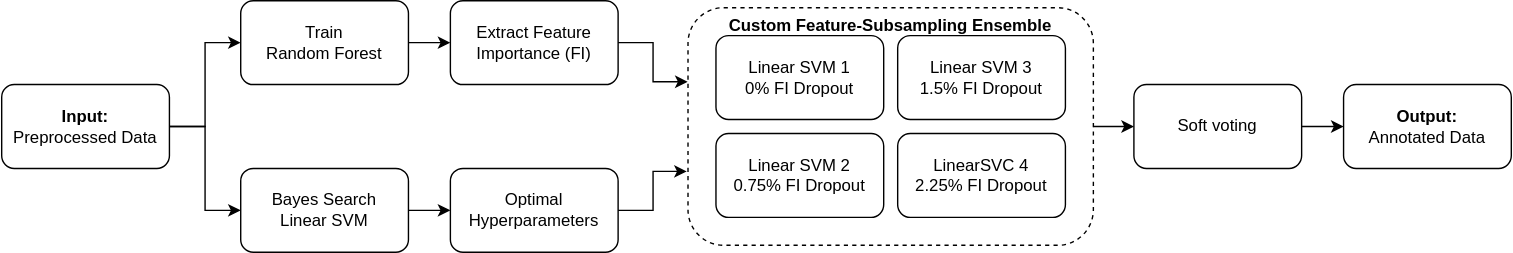
Earlier version of the draw.io export CLACELL_pipeline.drawio.svg (Boolean-true/CLACELL). Source tidied: cells renumbered, new cells last; positions are measured from the earlier drawing's top-left corner, leaving out a move shared by most shapes. Source of this version:
```xml
<mxGraphModel>
  <root>
    <mxCell id="0" />
    <mxCell id="1" parent="0" />
    <mxCell id="2" style="edgeStyle=orthogonalEdgeStyle;rounded=0;jettySize=auto;html=1;entryX=0;entryY=0.5;entryDx=0;entryDy=0;" parent="1" edge="1" source="4" target="6">
      <mxGeometry relative="1" as="geometry" />
    </mxCell>
    <mxCell id="3" style="edgeStyle=orthogonalEdgeStyle;rounded=0;jettySize=auto;html=1;entryX=0;entryY=0.5;entryDx=0;entryDy=0;" parent="1" edge="1" source="4" target="9">
      <mxGeometry relative="1" as="geometry" />
    </mxCell>
    <mxCell id="4" value="&lt;div&gt;&lt;b&gt;Input:&lt;/b&gt;&lt;/div&gt;&lt;div&gt;Preprocessed Data&lt;/div&gt;" style="rounded=1;whiteSpace=wrap;html=1;" parent="1" vertex="1">
      <mxGeometry y="60" width="120" height="60" as="geometry" />
    </mxCell>
    <mxCell id="5" style="edgeStyle=orthogonalEdgeStyle;rounded=0;jettySize=auto;html=1;entryX=0;entryY=0.5;entryDx=0;entryDy=0;" parent="1" edge="1" source="6" target="7">
      <mxGeometry relative="1" as="geometry" />
    </mxCell>
    <mxCell id="6" value="&lt;div&gt;Train&lt;/div&gt;&lt;div&gt;Random Forest&lt;/div&gt;" style="rounded=1;whiteSpace=wrap;html=1;" parent="1" vertex="1">
      <mxGeometry x="171" width="120" height="60" as="geometry" />
    </mxCell>
    <mxCell id="7" value="&lt;div&gt;Extract Feature Importance (FI)&lt;/div&gt;" style="rounded=1;whiteSpace=wrap;html=1;" parent="1" vertex="1">
      <mxGeometry x="321" width="120" height="60" as="geometry" />
    </mxCell>
    <mxCell id="8" style="edgeStyle=orthogonalEdgeStyle;rounded=0;jettySize=auto;html=1;entryX=0;entryY=0.5;entryDx=0;entryDy=0;" parent="1" edge="1" source="9" target="10">
      <mxGeometry relative="1" as="geometry" />
    </mxCell>
    <mxCell id="9" value="&lt;div&gt;Bayes Search&lt;/div&gt;&lt;div&gt;Linear SVM&lt;/div&gt;" style="rounded=1;whiteSpace=wrap;html=1;" parent="1" vertex="1">
      <mxGeometry x="171" y="120" width="120" height="60" as="geometry" />
    </mxCell>
    <mxCell id="10" value="&lt;div&gt;Optimal&lt;/div&gt;&lt;div&gt;Hyperparameters&lt;/div&gt;" style="rounded=1;whiteSpace=wrap;html=1;" parent="1" vertex="1">
      <mxGeometry x="321" y="120" width="120" height="60" as="geometry" />
    </mxCell>
    <mxCell id="11" style="edgeStyle=orthogonalEdgeStyle;rounded=0;jettySize=auto;html=1;entryX=-0.001;entryY=0.312;entryDx=0;entryDy=0;entryPerimeter=0;" parent="1" edge="1" source="7" target="16">
      <mxGeometry relative="1" as="geometry" />
    </mxCell>
    <mxCell id="12" style="edgeStyle=orthogonalEdgeStyle;rounded=0;jettySize=auto;html=1;entryX=-0.003;entryY=0.689;entryDx=0;entryDy=0;entryPerimeter=0;" parent="1" edge="1" source="10" target="16">
      <mxGeometry relative="1" as="geometry" />
    </mxCell>
    <mxCell id="13" style="edgeStyle=orthogonalEdgeStyle;rounded=0;jettySize=auto;html=1;" parent="1" edge="1" source="14" target="21">
      <mxGeometry relative="1" as="geometry" />
    </mxCell>
    <mxCell id="14" value="&lt;div&gt;Soft voting&lt;/div&gt;" style="rounded=1;whiteSpace=wrap;html=1;" parent="1" vertex="1">
      <mxGeometry x="810" y="60" width="120" height="60" as="geometry" />
    </mxCell>
    <mxCell id="15" style="edgeStyle=orthogonalEdgeStyle;rounded=0;jettySize=auto;html=1;entryX=0;entryY=0.5;entryDx=0;entryDy=0;" parent="1" edge="1" source="16" target="14">
      <mxGeometry relative="1" as="geometry" />
    </mxCell>
    <mxCell id="16" value="&lt;div&gt;&lt;b&gt;Custom Feature-Subsampling Ensemble&lt;/b&gt;&lt;/div&gt;&lt;div&gt;&lt;br&gt;&lt;/div&gt;&lt;div&gt;&lt;br&gt;&lt;/div&gt;&lt;div&gt;&lt;br&gt;&lt;/div&gt;&lt;div&gt;&lt;br&gt;&lt;/div&gt;&lt;div&gt;&lt;br&gt;&lt;/div&gt;&lt;div&gt;&lt;br&gt;&lt;/div&gt;&lt;div&gt;&lt;br&gt;&lt;/div&gt;&lt;div&gt;&lt;br&gt;&lt;/div&gt;&lt;div&gt;&lt;br&gt;&lt;/div&gt;&lt;div&gt;&lt;br&gt;&lt;/div&gt;" style="rounded=1;whiteSpace=wrap;html=1;dashed=1;" parent="1" vertex="1">
      <mxGeometry x="491" y="5" width="290" height="170" as="geometry" />
    </mxCell>
    <mxCell id="17" value="&lt;div&gt;Linear SVM 1&lt;/div&gt;&lt;div&gt;0% FI Dropout&lt;/div&gt;" style="rounded=1;whiteSpace=wrap;html=1;" parent="1" vertex="1">
      <mxGeometry x="511" y="25" width="120" height="60" as="geometry" />
    </mxCell>
    <mxCell id="18" value="&lt;div&gt;Linear SVM 2&lt;/div&gt;&lt;div&gt;0.75% FI Dropout&lt;/div&gt;" style="rounded=1;whiteSpace=wrap;html=1;" parent="1" vertex="1">
      <mxGeometry x="511" y="95" width="120" height="60" as="geometry" />
    </mxCell>
    <mxCell id="19" value="&lt;div&gt;Linear SVM 3&lt;/div&gt;&lt;div&gt;1.5% FI Dropout&lt;/div&gt;" style="rounded=1;whiteSpace=wrap;html=1;" parent="1" vertex="1">
      <mxGeometry x="641" y="25" width="120" height="60" as="geometry" />
    </mxCell>
    <mxCell id="20" value="&lt;div&gt;LinearSVC 4&lt;/div&gt;&lt;div&gt;2.25% FI Dropout&lt;/div&gt;" style="rounded=1;whiteSpace=wrap;html=1;" parent="1" vertex="1">
      <mxGeometry x="641" y="95" width="120" height="60" as="geometry" />
    </mxCell>
    <mxCell id="21" value="&lt;div&gt;&lt;b&gt;Output:&lt;/b&gt;&lt;/div&gt;&lt;div&gt;Annotated Data&lt;/div&gt;" style="rounded=1;whiteSpace=wrap;html=1;" parent="1" vertex="1">
      <mxGeometry x="960" y="60" width="120" height="60" as="geometry" />
    </mxCell>
  </root>
</mxGraphModel>
```
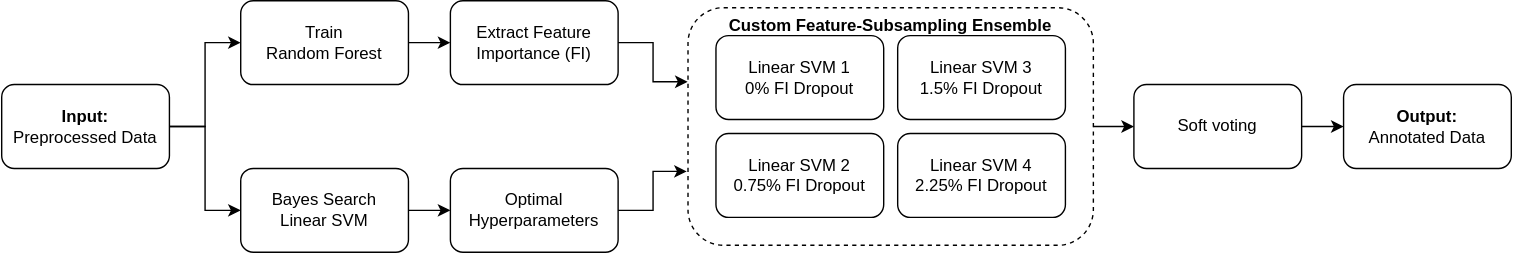
Above is the later version.

What changed in the source:
```diff
@@ -56,7 +56,7 @@
     <mxCell id="19" value="&lt;div&gt;Linear SVM 3&lt;/div&gt;&lt;div&gt;1.5% FI Dropout&lt;/div&gt;" style="rounded=1;whiteSpace=wrap;html=1;" parent="1" vertex="1">
       <mxGeometry x="641" y="25" width="120" height="60" as="geometry" />
     </mxCell>
-    <mxCell id="20" value="&lt;div&gt;LinearSVC 4&lt;/div&gt;&lt;div&gt;2.25% FI Dropout&lt;/div&gt;" style="rounded=1;whiteSpace=wrap;html=1;" parent="1" vertex="1">
+    <mxCell id="20" value="&lt;div&gt;Linear SVM 4&lt;/div&gt;&lt;div&gt;2.25% FI Dropout&lt;/div&gt;" style="rounded=1;whiteSpace=wrap;html=1;" parent="1" vertex="1">
       <mxGeometry x="641" y="95" width="120" height="60" as="geometry" />
     </mxCell>
     <mxCell id="21" value="&lt;div&gt;&lt;b&gt;Output:&lt;/b&gt;&lt;/div&gt;&lt;div&gt;Annotated Data&lt;/div&gt;" style="rounded=1;whiteSpace=wrap;html=1;" parent="1" vertex="1">
```
